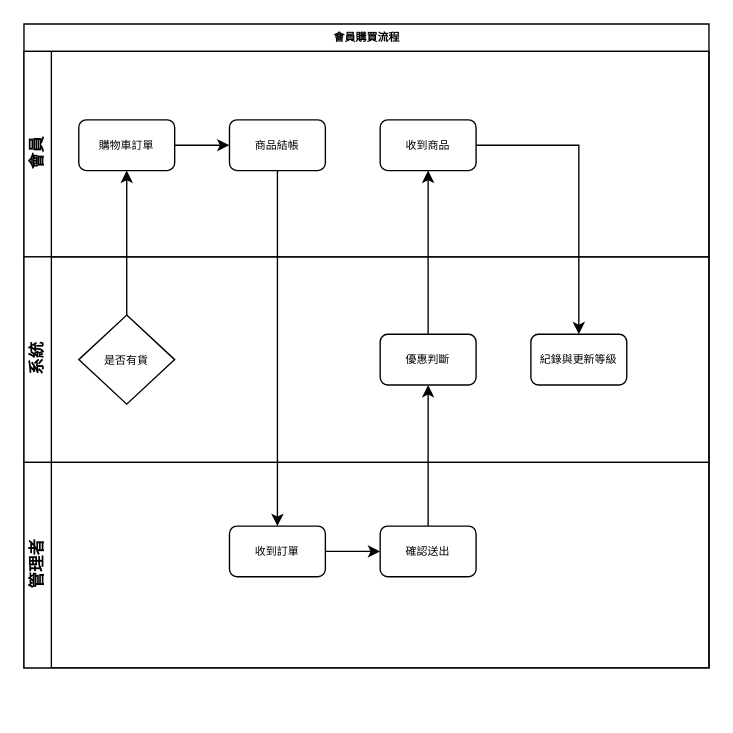
Earlier version of the draw.io diagram page "會員結帳流程" (4 of 7) of 系統規劃/購物網系統流程.drawio (Shenyoyo/ShoppingWeb). Source tidied: cells renumbered, new cells numbered last; positions are measured from the earlier drawing's top-left corner, leaving out a move shared by most shapes. Both pictures are drawn from the tidied source at 137%, with x=0, y=0 at pixel (23, 23).
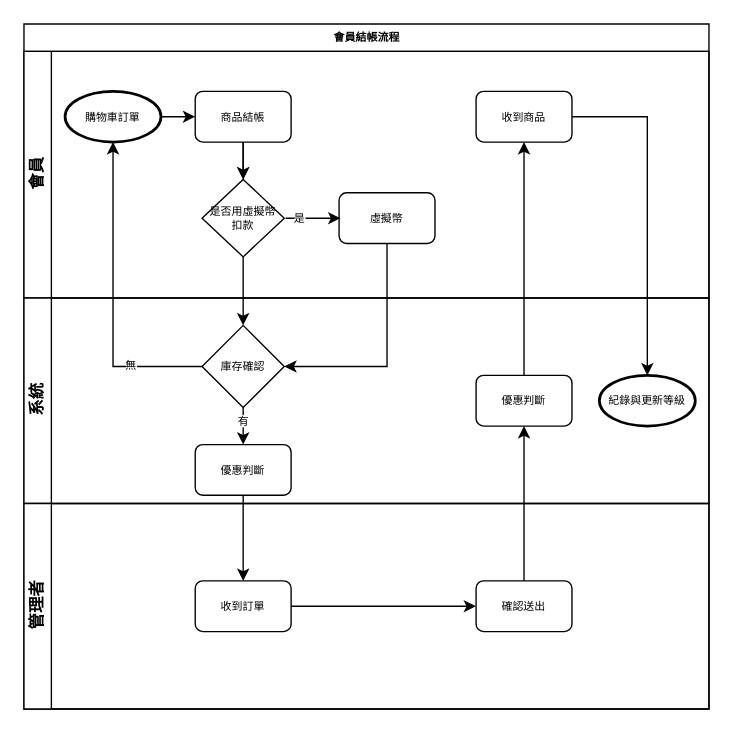
Above is the later version.

Diff of the diagram source:
```diff
@@
-    <mxCell id="2" value="會員購買流程" style="swimlane;html=1;horizontal=1;startSize=20;rounded=0;shadow=0;labelBackgroundColor=none;strokeWidth=1;fontFamily=Verdana;fontSize=8;align=center;" parent="1" vertex="1">
-      <mxGeometry width="500" height="470" as="geometry" />
+    <mxCell id="2" value="會員結帳流程" style="swimlane;html=1;horizontal=1;startSize=20;rounded=0;shadow=0;labelBackgroundColor=none;strokeWidth=1;fontFamily=Verdana;fontSize=8;align=center;" parent="1" vertex="1">
+      <mxGeometry width="500" height="500" as="geometry" />
     </mxCell>
     <mxCell id="3" value="會員" style="swimlane;html=1;startSize=20;horizontal=0;flipV=0;" parent="2" vertex="1">
-      <mxGeometry y="20" width="500" height="150" as="geometry" />
+      <mxGeometry y="20" width="500" height="180" as="geometry" />
     </mxCell>
+    <mxCell id="21" style="edgeStyle=orthogonalEdgeStyle;rounded=0;jettySize=auto;html=1;exitX=0.5;exitY=1;exitDx=0;exitDy=0;entryX=0.5;entryY=0;entryDx=0;entryDy=0;fontSize=8;" parent="3" edge="1" source="6" target="25">
+      <mxGeometry relative="1" as="geometry" />
+    </mxCell>
+    <mxCell id="22" style="edgeStyle=orthogonalEdgeStyle;rounded=0;jettySize=auto;html=1;fontSize=8;" parent="3" edge="1" source="6" target="25">
+      <mxGeometry relative="1" as="geometry" />
+    </mxCell>
-    <mxCell id="4" style="edgeStyle=orthogonalEdgeStyle;rounded=0;jettySize=auto;html=1;exitX=1;exitY=0.5;exitDx=0;exitDy=0;entryX=0;entryY=0.5;entryDx=0;entryDy=0;" parent="3" edge="1" source="5" target="6">
+    <mxCell id="4" style="edgeStyle=orthogonalEdgeStyle;rounded=0;jettySize=auto;html=1;entryX=0;entryY=0.5;entryDx=0;entryDy=0;fontSize=8;" parent="3" edge="1" source="5" target="6">
       <mxGeometry relative="1" as="geometry" />
     </mxCell>
+    <mxCell id="7" value="收到商品" style="rounded=1;whiteSpace=wrap;html=1;shadow=0;labelBackgroundColor=none;strokeWidth=1;fontFamily=Verdana;fontSize=8;align=center;" parent="3" vertex="1">
+      <mxGeometry x="330" y="29.2" width="70" height="37" as="geometry" />
+    </mxCell>
-    <mxCell id="5" value="購物車訂單" style="rounded=1;whiteSpace=wrap;html=1;shadow=0;labelBackgroundColor=none;strokeWidth=1;fontFamily=Verdana;fontSize=8;align=center;" parent="3" vertex="1">
-      <mxGeometry x="40" y="50" width="70" height="37" as="geometry" />
+    <mxCell id="5" value="&lt;span style=&quot;font-family: &amp;#34;verdana&amp;#34;&quot;&gt;購物車訂單&lt;/span&gt;" style="strokeWidth=2;html=1;shape=mxgraph.flowchart.start_1;whiteSpace=wrap;fontSize=8;" parent="3" vertex="1">
+      <mxGeometry x="30" y="29.2" width="70" height="37" as="geometry" />
     </mxCell>
     <mxCell id="6" value="商品結帳" style="rounded=1;whiteSpace=wrap;html=1;shadow=0;labelBackgroundColor=none;strokeWidth=1;fontFamily=Verdana;fontSize=8;align=center;" parent="3" vertex="1">
-      <mxGeometry x="150" y="50" width="70" height="37" as="geometry" />
+      <mxGeometry x="125" y="29.2" width="70" height="37" as="geometry" />
     </mxCell>
-    <mxCell id="7" value="收到商品" style="rounded=1;whiteSpace=wrap;html=1;shadow=0;labelBackgroundColor=none;strokeWidth=1;fontFamily=Verdana;fontSize=8;align=center;" parent="3" vertex="1">
-      <mxGeometry x="260" y="50" width="70" height="37" as="geometry" />
-    </mxCell>
+    <mxCell id="23" value="虛擬幣" style="rounded=1;whiteSpace=wrap;html=1;shadow=0;labelBackgroundColor=none;strokeWidth=1;fontFamily=Verdana;fontSize=8;align=center;" parent="3" vertex="1">
+      <mxGeometry x="230" y="103.2" width="70" height="37" as="geometry" />
+    </mxCell>
+    <mxCell id="24" value="是" style="edgeStyle=orthogonalEdgeStyle;rounded=0;orthogonalLoop=1;jettySize=auto;html=1;exitX=1;exitY=0.5;exitDx=0;exitDy=0;entryX=0;entryY=0.5;entryDx=0;entryDy=0;fontSize=8;" parent="3" edge="1">
+      <mxGeometry y="10" relative="1" as="geometry">
+        <mxPoint x="191" y="121.8" as="sourcePoint" />
+        <mxPoint x="231" y="121.8" as="targetPoint" />
+        <Array as="points">
+          <mxPoint x="211" y="122" />
+          <mxPoint x="211" y="122" />
+        </Array>
+        <mxPoint x="-10" y="10" as="offset" />
+      </mxGeometry>
+    </mxCell>
+    <mxCell id="25" value="是否用虛擬幣&lt;br&gt;扣款" style="rhombus;whiteSpace=wrap;html=1;fontSize=8;" parent="3" vertex="1">
+      <mxGeometry x="130" y="93.5" width="60" height="56.5" as="geometry" />
+    </mxCell>
     <mxCell id="8" value="系統" style="swimlane;html=1;startSize=20;horizontal=0;" parent="2" vertex="1">
-      <mxGeometry y="170" width="500" height="150" as="geometry" />
+      <mxGeometry y="200" width="500" height="150" as="geometry" />
     </mxCell>
-    <mxCell id="9" value="優惠判斷" style="rounded=1;whiteSpace=wrap;html=1;shadow=0;labelBackgroundColor=none;strokeWidth=1;fontFamily=Verdana;fontSize=8;align=center;" parent="8" vertex="1">
-      <mxGeometry x="260" y="56.5" width="70" height="37" as="geometry" />
-    </mxCell>
+    <mxCell id="26" value="有" style="edgeStyle=orthogonalEdgeStyle;rounded=0;orthogonalLoop=1;jettySize=auto;html=1;exitX=0.5;exitY=1;exitDx=0;exitDy=0;entryX=0.5;entryY=0;entryDx=0;entryDy=0;fontSize=8;" parent="8" edge="1">
+      <mxGeometry x="-0.26" relative="1" as="geometry">
+        <mxPoint x="160" y="80" as="sourcePoint" />
+        <mxPoint x="160" y="107" as="targetPoint" />
+      </mxGeometry>
+    </mxCell>
+    <mxCell id="27" value="庫存確認" style="rhombus;whiteSpace=wrap;html=1;fontSize=8;" parent="8" vertex="1">
+      <mxGeometry x="130" y="20" width="60" height="60" as="geometry" />
+    </mxCell>
-    <mxCell id="10" value="紀錄與更新等級" style="rounded=1;whiteSpace=wrap;html=1;shadow=0;labelBackgroundColor=none;strokeWidth=1;fontFamily=Verdana;fontSize=8;align=center;" parent="8" vertex="1">
-      <mxGeometry x="370" y="56.5" width="70" height="37" as="geometry" />
+    <mxCell id="10" value="&lt;font face=&quot;verdana&quot;&gt;紀錄與更新等級&lt;/font&gt;" style="strokeWidth=2;html=1;shape=mxgraph.flowchart.start_1;whiteSpace=wrap;fontSize=8;" parent="8" vertex="1">
+      <mxGeometry x="420" y="56.5" width="70" height="37" as="geometry" />
     </mxCell>
-    <mxCell id="11" value="&lt;font style=&quot;font-size: 8px&quot;&gt;是否有貨&lt;/font&gt;" style="rhombus;whiteSpace=wrap;html=1;" parent="8" vertex="1">
-      <mxGeometry x="40" y="42.5" width="70" height="65" as="geometry" />
-    </mxCell>
+    <mxCell id="28" value="優惠判斷" style="rounded=1;whiteSpace=wrap;html=1;shadow=0;labelBackgroundColor=none;strokeWidth=1;fontFamily=Verdana;fontSize=8;align=center;" parent="8" vertex="1">
+      <mxGeometry x="330" y="56.5" width="70" height="37" as="geometry" />
+    </mxCell>
+    <mxCell id="29" value="優惠判斷" style="rounded=1;whiteSpace=wrap;html=1;shadow=0;labelBackgroundColor=none;strokeWidth=1;fontFamily=Verdana;fontSize=8;align=center;" parent="8" vertex="1">
+      <mxGeometry x="125" y="107" width="70" height="37" as="geometry" />
+    </mxCell>
     <mxCell id="12" value="管理者" style="swimlane;html=1;startSize=20;horizontal=0;" parent="2" vertex="1">
-      <mxGeometry y="320" width="500" height="150" as="geometry" />
+      <mxGeometry y="350" width="500" height="150" as="geometry" />
     </mxCell>
+    <mxCell id="14" style="edgeStyle=orthogonalEdgeStyle;rounded=0;jettySize=auto;html=1;entryX=0;entryY=0.5;entryDx=0;entryDy=0;" parent="12" edge="1" source="15" target="13">
+      <mxGeometry relative="1" as="geometry" />
+    </mxCell>
     <mxCell id="13" value="確認送出" style="rounded=1;whiteSpace=wrap;html=1;shadow=0;labelBackgroundColor=none;strokeWidth=1;fontFamily=Verdana;fontSize=8;align=center;" parent="12" vertex="1">
-      <mxGeometry x="260" y="46.5" width="70" height="37" as="geometry" />
+      <mxGeometry x="330" y="56.5" width="70" height="37" as="geometry" />
     </mxCell>
-    <mxCell id="14" style="edgeStyle=orthogonalEdgeStyle;rounded=0;jettySize=auto;html=1;entryX=0;entryY=0.5;entryDx=0;entryDy=0;" parent="12" edge="1" source="15" target="13">
-      <mxGeometry relative="1" as="geometry" />
-    </mxCell>
     <mxCell id="15" value="收到訂單" style="rounded=1;whiteSpace=wrap;html=1;shadow=0;labelBackgroundColor=none;strokeWidth=1;fontFamily=Verdana;fontSize=8;align=center;" parent="12" vertex="1">
-      <mxGeometry x="150" y="46.5" width="70" height="37" as="geometry" />
+      <mxGeometry x="125" y="56.5" width="70" height="37" as="geometry" />
     </mxCell>
-    <mxCell id="16" style="edgeStyle=orthogonalEdgeStyle;rounded=0;jettySize=auto;html=1;entryX=0.5;entryY=1;entryDx=0;entryDy=0;" parent="2" edge="1" source="11" target="5">
-      <mxGeometry relative="1" as="geometry" />
-    </mxCell>
-    <mxCell id="17" style="edgeStyle=orthogonalEdgeStyle;rounded=0;jettySize=auto;html=1;entryX=0.5;entryY=0;entryDx=0;entryDy=0;" parent="2" edge="1" source="6" target="15">
-      <mxGeometry relative="1" as="geometry" />
-    </mxCell>
-    <mxCell id="18" style="edgeStyle=orthogonalEdgeStyle;rounded=0;jettySize=auto;html=1;entryX=0.5;entryY=1;entryDx=0;entryDy=0;" parent="2" edge="1" source="13" target="9">
-      <mxGeometry relative="1" as="geometry" />
-    </mxCell>
-    <mxCell id="19" style="edgeStyle=orthogonalEdgeStyle;rounded=0;jettySize=auto;html=1;entryX=0.5;entryY=1;entryDx=0;entryDy=0;" parent="2" edge="1" source="9" target="7">
-      <mxGeometry relative="1" as="geometry" />
-    </mxCell>
+    <mxCell id="30" style="edgeStyle=orthogonalEdgeStyle;rounded=0;jettySize=auto;html=1;fontSize=8;entryX=0.5;entryY=1;entryDx=0;entryDy=0;entryPerimeter=0;" parent="2" edge="1" source="27" target="5">
+      <mxGeometry relative="1" as="geometry" />
+    </mxCell>
+    <mxCell id="31" value="無" style="edgeLabel;html=1;align=center;verticalAlign=middle;fontSize=8;" parent="30" vertex="1">
+      <mxGeometry x="-0.54" y="-2" relative="1" as="geometry" />
+    </mxCell>
+    <mxCell id="32" style="edgeStyle=orthogonalEdgeStyle;rounded=0;jettySize=auto;html=1;entryX=0.5;entryY=0;entryDx=0;entryDy=0;fontSize=8;" parent="2" edge="1" source="25" target="27">
+      <mxGeometry relative="1" as="geometry" />
+    </mxCell>
+    <mxCell id="33" style="edgeStyle=orthogonalEdgeStyle;rounded=0;jettySize=auto;html=1;exitX=0.5;exitY=1;exitDx=0;exitDy=0;entryX=0.5;entryY=0;entryDx=0;entryDy=0;fontSize=8;" parent="2" edge="1" source="29" target="15">
+      <mxGeometry relative="1" as="geometry" />
+    </mxCell>
-    <mxCell id="20" style="edgeStyle=orthogonalEdgeStyle;rounded=0;jettySize=auto;html=1;entryX=0.5;entryY=0;entryDx=0;entryDy=0;" parent="2" edge="1" source="7" target="10">
+    <mxCell id="20" style="edgeStyle=orthogonalEdgeStyle;rounded=0;jettySize=auto;html=1;entryX=0.5;entryY=0;entryDx=0;entryDy=0;entryPerimeter=0;fontSize=8;" parent="2" edge="1" source="7" target="10">
       <mxGeometry relative="1" as="geometry" />
     </mxCell>
+    <mxCell id="34" style="edgeStyle=orthogonalEdgeStyle;rounded=0;jettySize=auto;html=1;fontSize=8;entryX=1;entryY=0.5;entryDx=0;entryDy=0;" parent="2" edge="1" source="23" target="27">
+      <mxGeometry relative="1" as="geometry">
+        <Array as="points">
+          <mxPoint x="265" y="250" />
+        </Array>
+      </mxGeometry>
+    </mxCell>
+    <mxCell id="35" style="edgeStyle=orthogonalEdgeStyle;rounded=0;jettySize=auto;html=1;entryX=0.5;entryY=1;entryDx=0;entryDy=0;fontSize=8;" parent="2" edge="1" source="13" target="28">
+      <mxGeometry relative="1" as="geometry" />
+    </mxCell>
+    <mxCell id="36" style="edgeStyle=orthogonalEdgeStyle;rounded=0;jettySize=auto;html=1;entryX=0.5;entryY=1;entryDx=0;entryDy=0;fontSize=8;" parent="2" edge="1" source="28" target="7">
+      <mxGeometry relative="1" as="geometry" />
+    </mxCell>
```
